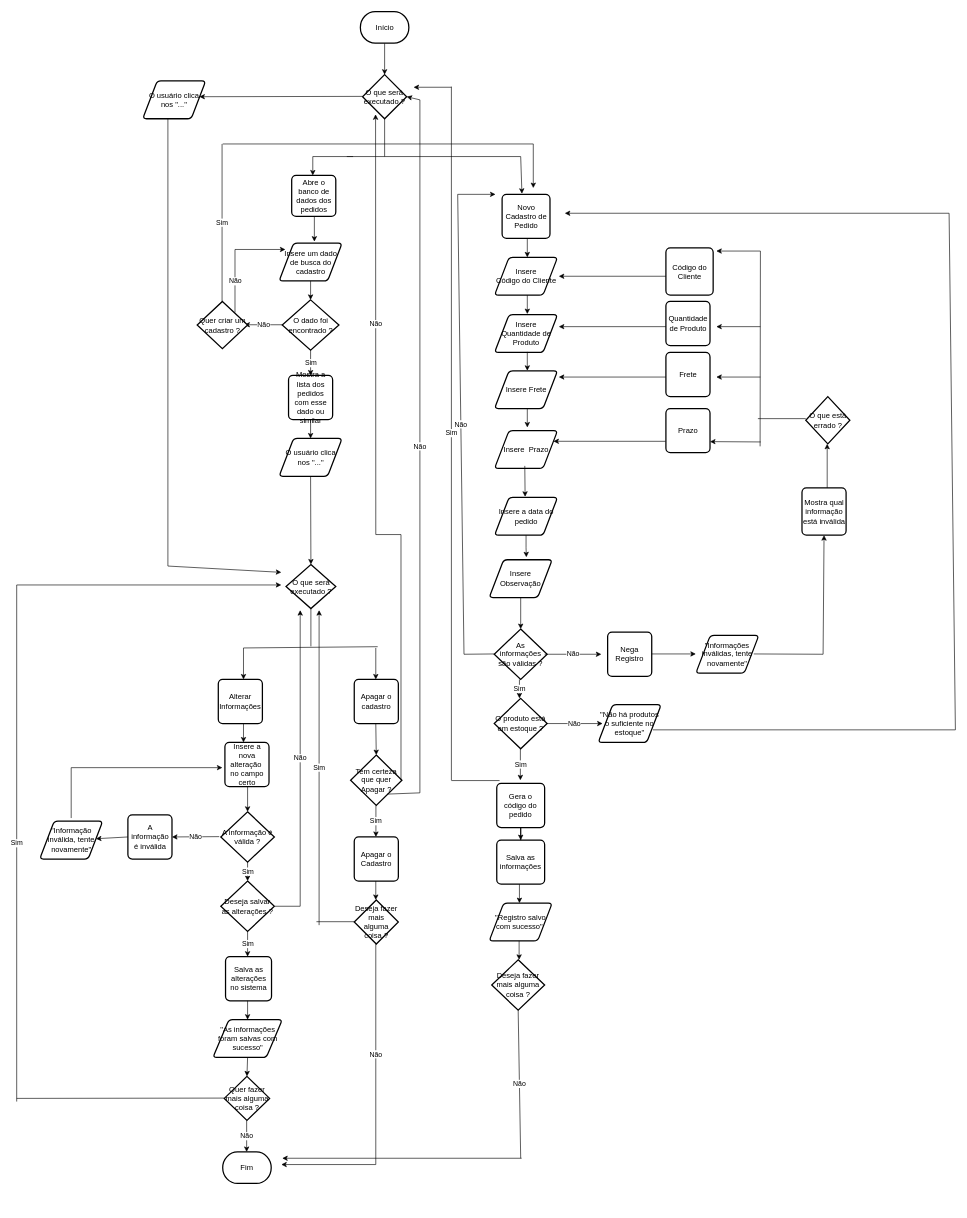
This is page "Cadastro-de-Pedido" (11 of 14) of DOC/Fluxograma.drawio from GuilhermeIgarashi7/avatar-Fluxograma, a draw.io file, before an edit. Source tidied: cells renumbered, new cells numbered last; positions are measured from the earlier drawing's top-left corner, leaving out a move shared by most shapes. Both pictures are drawn from the tidied source at 63%, with x=0, y=0 at pixel (16, 11).
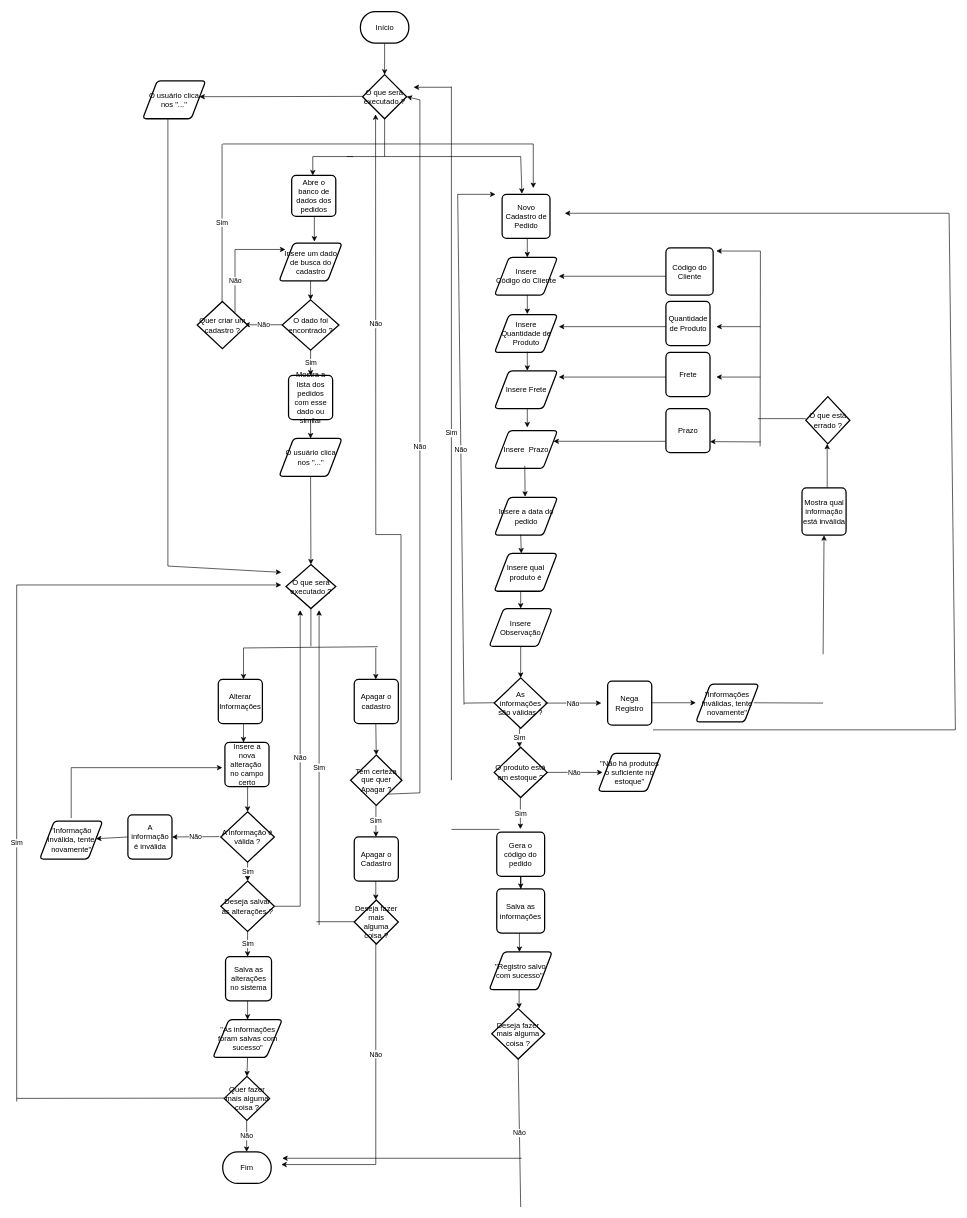
The same page after the edit.

Unchanged cells that the change refers to:
```xml
<mxCell id="120" value="Insere a data do pedido" style="shape=parallelogram;html=1;strokeWidth=2;perimeter=parallelogramPerimeter;whiteSpace=wrap;rounded=1;arcSize=12;size=0.23;" parent="1" vertex="1">
  <mxGeometry x="758.5" y="771" width="100" height="60" as="geometry" />
</mxCell>
```

Change to the diagram source:
```diff
@@
     <mxCell id="19" value="As informações são válidas ?" style="strokeWidth=2;html=1;shape=mxgraph.flowchart.decision;whiteSpace=wrap;" parent="1" vertex="1">
-      <mxGeometry x="758" y="980" width="84" height="80" as="geometry" />
+      <mxGeometry x="758" y="1057.5" width="84" height="80" as="geometry" />
     </mxCell>
     <mxCell id="20" value="Não" style="endArrow=classic;html=1;rounded=0;entryX=0;entryY=0.5;entryDx=0;entryDy=0;entryPerimeter=0;" parent="1" edge="1">
       <mxGeometry relative="1" as="geometry">
-        <mxPoint x="838" y="1020" as="sourcePoint" />
-        <mxPoint x="928" y="1020" as="targetPoint" />
+        <mxPoint x="838" y="1097.5" as="sourcePoint" />
+        <mxPoint x="928" y="1097.5" as="targetPoint" />
       </mxGeometry>
     </mxCell>
     <mxCell id="21" value="Nega Registro" style="rounded=1;whiteSpace=wrap;html=1;absoluteArcSize=1;arcSize=14;strokeWidth=2;" parent="1" vertex="1">
-      <mxGeometry x="938" y="985" width="70" height="70" as="geometry" />
+      <mxGeometry x="938" y="1062.5" width="70" height="70" as="geometry" />
     </mxCell>
     <mxCell id="22" style="endArrow=classic;html=1;rounded=0;" parent="1" edge="1">
       <mxGeometry relative="1" as="geometry">
-        <mxPoint x="1008" y="1019.5" as="sourcePoint" />
-        <mxPoint x="1078" y="1019.5" as="targetPoint" />
+        <mxPoint x="1008" y="1097" as="sourcePoint" />
+        <mxPoint x="1078" y="1097" as="targetPoint" />
       </mxGeometry>
     </mxCell>
     <mxCell id="23" value="&quot;Informações inválidas, tente novamente&quot;" style="shape=parallelogram;html=1;strokeWidth=2;perimeter=parallelogramPerimeter;whiteSpace=wrap;rounded=1;arcSize=12;size=0.23;" parent="1" vertex="1">
-      <mxGeometry x="1078" y="990" width="100" height="60" as="geometry" />
+      <mxGeometry x="1078" y="1067.5" width="100" height="60" as="geometry" />
     </mxCell>
@@
     <mxCell id="25" value="Sim" style="endArrow=classic;html=1;rounded=0;" parent="1" edge="1">
       <mxGeometry relative="1" as="geometry">
-        <mxPoint x="798" y="1060" as="sourcePoint" />
-        <mxPoint x="798" y="1090" as="targetPoint" />
+        <mxPoint x="798" y="1137.5" as="sourcePoint" />
+        <mxPoint x="798" y="1167.5" as="targetPoint" />
       </mxGeometry>
     </mxCell>
     <mxCell id="26" value="Salva as informações" style="rounded=1;whiteSpace=wrap;html=1;absoluteArcSize=1;arcSize=14;strokeWidth=2;" parent="1" vertex="1">
-      <mxGeometry x="762" y="1315" width="76" height="70" as="geometry" />
+      <mxGeometry x="762" y="1392.5" width="76" height="70" as="geometry" />
     </mxCell>
     <mxCell id="27" style="endArrow=classic;html=1;rounded=0;" parent="1" edge="1">
       <mxGeometry relative="1" as="geometry">
-        <mxPoint x="798" y="1385" as="sourcePoint" />
-        <mxPoint x="798" y="1415" as="targetPoint" />
+        <mxPoint x="798" y="1462.5" as="sourcePoint" />
+        <mxPoint x="798" y="1492.5" as="targetPoint" />
       </mxGeometry>
     </mxCell>
@@
     <mxCell id="37" value="&quot;Registro salvo com sucesso&quot;&amp;nbsp;" style="shape=parallelogram;html=1;strokeWidth=2;perimeter=parallelogramPerimeter;whiteSpace=wrap;rounded=1;arcSize=12;size=0.23;" parent="1" vertex="1">
-      <mxGeometry x="750" y="1415" width="100" height="60" as="geometry" />
+      <mxGeometry x="750" y="1492.5" width="100" height="60" as="geometry" />
     </mxCell>
     <mxCell id="38" value="O produto está em estoque ?" style="strokeWidth=2;html=1;shape=mxgraph.flowchart.decision;whiteSpace=wrap;" parent="1" vertex="1">
-      <mxGeometry x="758" y="1090" width="84" height="80" as="geometry" />
+      <mxGeometry x="758" y="1167.5" width="84" height="80" as="geometry" />
     </mxCell>
     <mxCell id="39" value="Sim" style="endArrow=classic;html=1;rounded=0;" parent="1" edge="1">
       <mxGeometry relative="1" as="geometry">
-        <mxPoint x="799.5" y="1170" as="sourcePoint" />
-        <mxPoint x="799.5" y="1220" as="targetPoint" />
+        <mxPoint x="799.5" y="1247.5" as="sourcePoint" />
+        <mxPoint x="799.5" y="1297.5" as="targetPoint" />
       </mxGeometry>
     </mxCell>
@@
     <mxCell id="112" value="Deseja fazer mais alguma coisa ?" style="strokeWidth=2;html=1;shape=mxgraph.flowchart.decision;whiteSpace=wrap;" parent="1" vertex="1">
-      <mxGeometry x="754" y="1505" width="84" height="80" as="geometry" />
+      <mxGeometry x="754" y="1582.5" width="84" height="80" as="geometry" />
     </mxCell>
     <mxCell id="113" style="endArrow=classic;html=1;rounded=0;" parent="1" edge="1">
       <mxGeometry relative="1" as="geometry">
-        <mxPoint x="797.5" y="1475" as="sourcePoint" />
-        <mxPoint x="797.5" y="1505" as="targetPoint" />
+        <mxPoint x="797.5" y="1552.5" as="sourcePoint" />
+        <mxPoint x="797.5" y="1582.5" as="targetPoint" />
       </mxGeometry>
     </mxCell>
     <mxCell id="114" value="Não" style="endArrow=none;html=1;rounded=0;entryX=0.5;entryY=1;entryDx=0;entryDy=0;entryPerimeter=0;" parent="1" edge="1" target="112">
       <mxGeometry relative="1" as="geometry">
-        <mxPoint x="800" y="1820" as="sourcePoint" />
+        <mxPoint x="800" y="1897.5" as="sourcePoint" />
       </mxGeometry>
     </mxCell>
@@
     <mxCell id="116" style="endArrow=none;html=1;rounded=0;" parent="1" edge="1">
       <mxGeometry relative="1" as="geometry">
-        <mxPoint x="690" y="1220.5" as="sourcePoint" />
-        <mxPoint x="766.5" y="1220.5" as="targetPoint" />
+        <mxPoint x="690" y="1298" as="sourcePoint" />
+        <mxPoint x="766.5" y="1298" as="targetPoint" />
       </mxGeometry>
     </mxCell>
@@
     <mxCell id="122" value="Gera o código do pedido" style="rounded=1;whiteSpace=wrap;html=1;absoluteArcSize=1;arcSize=14;strokeWidth=2;" parent="1" vertex="1">
-      <mxGeometry x="762" y="1225" width="76" height="70" as="geometry" />
+      <mxGeometry x="762" y="1302.5" width="76" height="70" as="geometry" />
     </mxCell>
     <mxCell id="123" value="Insere Observação" style="shape=parallelogram;html=1;strokeWidth=2;perimeter=parallelogramPerimeter;whiteSpace=wrap;rounded=1;arcSize=12;size=0.23;" parent="1" vertex="1">
-      <mxGeometry x="750" y="870" width="100" height="60" as="geometry" />
+      <mxGeometry x="750" y="947.5" width="100" height="60" as="geometry" />
     </mxCell>
-    <mxCell id="124" style="edgeStyle=orthogonalEdgeStyle;rounded=0;jettySize=auto;html=1;entryX=0.59;entryY=-0.067;entryDx=0;entryDy=0;entryPerimeter=0;" parent="1" edge="1" source="120" target="123">
-      <mxGeometry relative="1" as="geometry" />
-    </mxCell>
@@
     <mxCell id="126" style="endArrow=none;html=1;rounded=0;" parent="1" edge="1">
       <mxGeometry relative="1" as="geometry">
-        <mxPoint x="710" y="1020" as="sourcePoint" />
-        <mxPoint x="758.5" y="1019.5" as="targetPoint" />
+        <mxPoint x="710" y="1097.5" as="sourcePoint" />
+        <mxPoint x="758.5" y="1097" as="targetPoint" />
       </mxGeometry>
     </mxCell>
     <mxCell id="127" value="Não" style="endArrow=none;html=1;rounded=0;" parent="1" edge="1">
       <mxGeometry relative="1" as="geometry">
-        <mxPoint x="710" y="1020" as="sourcePoint" />
+        <mxPoint x="710" y="1100" as="sourcePoint" />
         <mxPoint x="700" y="290" as="targetPoint" />
       </mxGeometry>
     </mxCell>
@@
     <mxCell id="129" style="endArrow=none;html=1;rounded=0;" parent="1" edge="1">
       <mxGeometry relative="1" as="geometry">
-        <mxPoint x="1170" y="1019.5" as="sourcePoint" />
-        <mxPoint x="1280" y="1020" as="targetPoint" />
+        <mxPoint x="1170" y="1097" as="sourcePoint" />
+        <mxPoint x="1280" y="1097.5" as="targetPoint" />
       </mxGeometry>
     </mxCell>
@@
     <mxCell id="131" value="Não" style="endArrow=classic;html=1;rounded=0;" parent="1" edge="1">
       <mxGeometry relative="1" as="geometry">
-        <mxPoint x="840" y="1130" as="sourcePoint" />
-        <mxPoint x="930" y="1130" as="targetPoint" />
+        <mxPoint x="840" y="1207.5" as="sourcePoint" />
+        <mxPoint x="930" y="1207.5" as="targetPoint" />
       </mxGeometry>
     </mxCell>
     <mxCell id="132" value="&quot;Não há produtos o suficiente no estoque&quot;" style="shape=parallelogram;html=1;strokeWidth=2;perimeter=parallelogramPerimeter;whiteSpace=wrap;rounded=1;arcSize=12;size=0.23;" parent="1" vertex="1">
-      <mxGeometry x="923" y="1100" width="100" height="60" as="geometry" />
+      <mxGeometry x="923" y="1177.5" width="100" height="60" as="geometry" />
     </mxCell>
@@
+    <mxCell id="140" value="Insere qual produto é" style="shape=parallelogram;html=1;strokeWidth=2;perimeter=parallelogramPerimeter;whiteSpace=wrap;rounded=1;arcSize=12;size=0.23;" parent="1" vertex="1">
+      <mxGeometry x="758" y="860" width="100" height="60" as="geometry" />
+    </mxCell>
+    <mxCell id="141" style="endArrow=classic;html=1;rounded=0;entryX=0.43;entryY=0;entryDx=0;entryDy=0;entryPerimeter=0;" parent="1" edge="1" target="140">
+      <mxGeometry relative="1" as="geometry">
+        <mxPoint x="800" y="830" as="sourcePoint" />
+      </mxGeometry>
+    </mxCell>
+    <mxCell id="142" style="endArrow=classic;html=1;rounded=0;entryX=0.5;entryY=0;entryDx=0;entryDy=0;" parent="1" edge="1" target="123">
+      <mxGeometry relative="1" as="geometry">
+        <mxPoint x="800" y="920" as="sourcePoint" />
+      </mxGeometry>
+    </mxCell>
```
